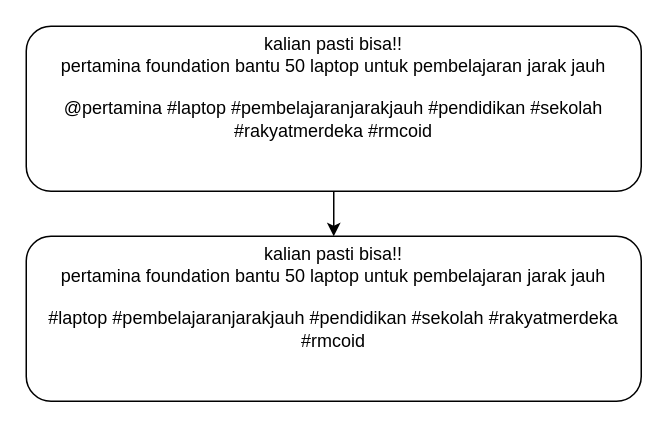
Above: Dokumen TA/Paper/Gambar/Proses Menghapus URL.drawio in muspriandi/TextMining-SentimentAnalysis (draw.io), before the change. Source tidied: cells renumbered, new cells numbered last; positions are measured from the earlier drawing's top-left corner, leaving out a move shared by most shapes. Both pictures are drawn from the tidied source at 150%, with x=0, y=0 at pixel (26, 26).
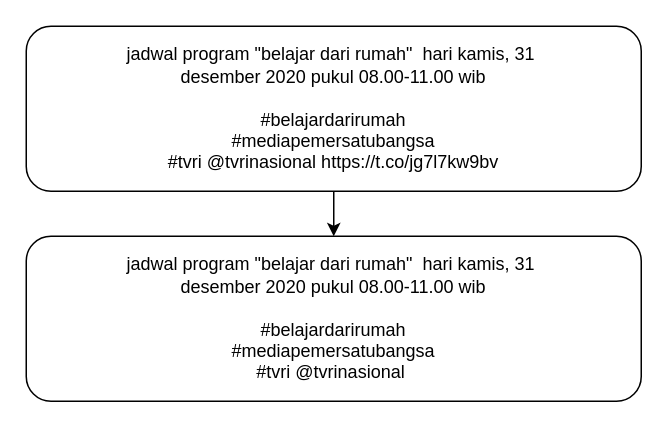
After the change.

Diff of the diagram source:
```diff
@@
 <mxGraphModel>
   <root>
     <mxCell id="0" />
     <mxCell id="1" parent="0" />
     <mxCell id="2" style="edgeStyle=orthogonalEdgeStyle;rounded=0;jettySize=auto;html=1;entryX=0.5;entryY=0;entryDx=0;entryDy=0;" parent="1" edge="1" source="3" target="4">
       <mxGeometry relative="1" as="geometry" />
     </mxCell>
-    <mxCell id="3" value="&lt;div&gt;kalian pasti bisa!!&lt;/div&gt;&lt;div&gt;pertamina foundation bantu 50 laptop untuk pembelajaran jarak jauh&lt;/div&gt;&lt;div&gt;&lt;br&gt;&lt;/div&gt;&lt;div&gt;@pertamina #laptop #pembelajaranjarakjauh #pendidikan #sekolah #rakyatmerdeka #rmcoid&lt;/div&gt;&lt;div&gt;&lt;br&gt;&lt;/div&gt;&lt;div&gt;&lt;br&gt;&lt;/div&gt;" style="rounded=1;whiteSpace=wrap;html=1;align=center;" parent="1" vertex="1">
+    <mxCell id="3" value="&lt;div&gt;&lt;div&gt;jadwal program &quot;belajar dari rumah&quot;&amp;nbsp; hari kamis, 31&amp;nbsp;&lt;/div&gt;&lt;div&gt;desember 2020 pukul 08.00-11.00 wib&lt;/div&gt;&lt;div&gt;&lt;br&gt;&lt;/div&gt;&lt;div&gt;#belajardarirumah&lt;/div&gt;&lt;div&gt;#mediapemersatubangsa&lt;/div&gt;&lt;div&gt;#tvri @tvrinasional https://t.co/jg7l7kw9bv&lt;/div&gt;&lt;/div&gt;" style="rounded=1;whiteSpace=wrap;html=1;align=center;" parent="1" vertex="1">
       <mxGeometry width="410" height="110" as="geometry" />
     </mxCell>
-    <mxCell id="4" value="&lt;div&gt;&lt;div&gt;kalian pasti bisa!!&lt;/div&gt;&lt;div&gt;pertamina foundation bantu 50 laptop untuk pembelajaran jarak jauh&lt;/div&gt;&lt;div&gt;&lt;br&gt;&lt;/div&gt;&lt;div&gt;#laptop #pembelajaranjarakjauh #pendidikan #sekolah #rakyatmerdeka #rmcoid&lt;/div&gt;&lt;div&gt;&lt;br&gt;&lt;/div&gt;&lt;/div&gt;&lt;div&gt;&lt;br&gt;&lt;/div&gt;" style="rounded=1;whiteSpace=wrap;html=1;align=center;" parent="1" vertex="1">
+    <mxCell id="4" value="&lt;div&gt;jadwal program &quot;belajar dari rumah&quot;&amp;nbsp; hari kamis, 31&amp;nbsp;&lt;/div&gt;&lt;div&gt;desember 2020 pukul 08.00-11.00 wib&lt;/div&gt;&lt;div&gt;&lt;br&gt;&lt;/div&gt;&lt;div&gt;#belajardarirumah&lt;/div&gt;&lt;div&gt;#mediapemersatubangsa&lt;/div&gt;&lt;div&gt;#tvri @tvrinasional&amp;nbsp;&lt;/div&gt;" style="rounded=1;whiteSpace=wrap;html=1;align=center;" parent="1" vertex="1">
       <mxGeometry y="140" width="410" height="110" as="geometry" />
     </mxCell>
   </root>
 </mxGraphModel>
```
